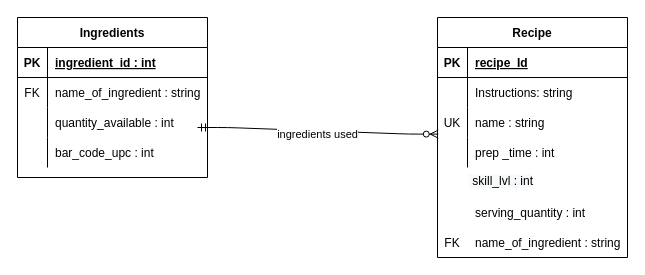
shayan-golafshani/smart-cheff keeps this draw.io diagram as docs/work/ERD.drawio. Above is the earlier version. Source tidied: cells renumbered, new cells numbered last; positions are measured from the earlier drawing's top-left corner, leaving out a move shared by most shapes. Both pictures are drawn from the tidied source at 100%, with x=0, y=0 at pixel (17, 17).
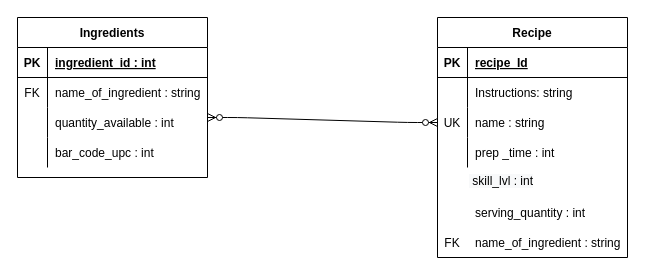
The same page after the edit.

Unchanged cells that the change refers to:
```xml
<mxCell id="10" style="shape=partialRectangle;fillColor=none;top=0;left=0;bottom=0;right=0;points=[[0,0.5],[1,0.5]];portConstraint=eastwest;" parent="3" vertex="1">
  <mxGeometry y="90" width="190" height="30" as="geometry" />
</mxCell>
```

Change to the diagram source:
```diff
@@
-    <mxCell id="36" style="edgeStyle=entityRelationEdgeStyle;fontSize=12;html=1;endArrow=ERzeroToMany;startArrow=ERmandOne;entryX=0.004;entryY=0.887;entryDx=0;entryDy=0;entryPerimeter=0;" parent="1" edge="1" target="10">
-      <mxGeometry relative="1" as="geometry">
-        <mxPoint x="180" y="110" as="sourcePoint" />
-      </mxGeometry>
-    </mxCell>
-    <mxCell id="37" value="ingredients used" style="edgeLabel;html=1;align=center;verticalAlign=middle;" parent="36" vertex="1">
-      <mxGeometry y="-3" relative="1" as="geometry" />
-    </mxCell>
+    <mxCell id="38" style="edgeStyle=entityRelationEdgeStyle;fontSize=12;html=1;endArrow=ERzeroToMany;endFill=1;startArrow=ERzeroToMany;entryX=0;entryY=0.5;entryDx=0;entryDy=0;" parent="1" edge="1" target="10">
+      <mxGeometry relative="1" as="geometry">
+        <mxPoint x="190" y="100" as="sourcePoint" />
+      </mxGeometry>
+    </mxCell>
```
